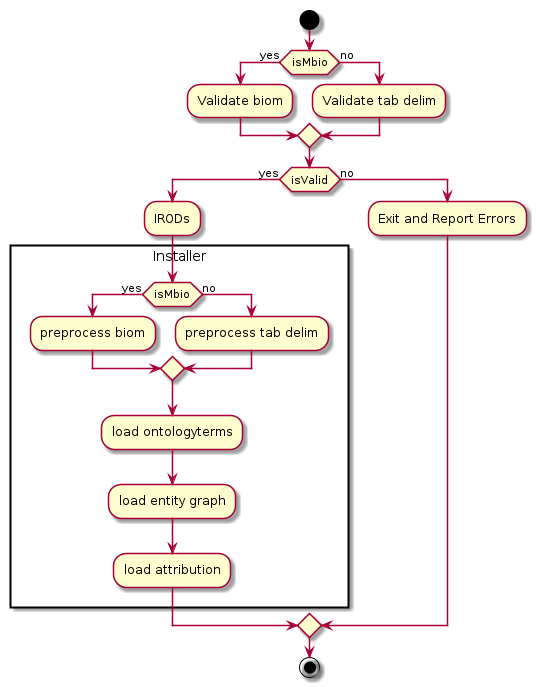
The PlantUML diagram project_planning/images/eda_diy.png in jbrestel/org-docs, before a commit. The source it was exported from:
```plantuml
@startuml
start
if(isMbio) then (yes)
  :Validate biom;
 else(no)
  :Validate tab delim;
endif
if (isValid) then (yes)
  :IRODs;
  rectangle Installer {
     if(isMbio) then (yes)
        :preprocess biom;
     else(no)
         :preprocess tab delim;
  endif
     :load ontologyterms;
     :load entity graph;
     :load attribution;
        }
else (no)
  :Exit and Report Errors;
endif
stop


@enduml
```
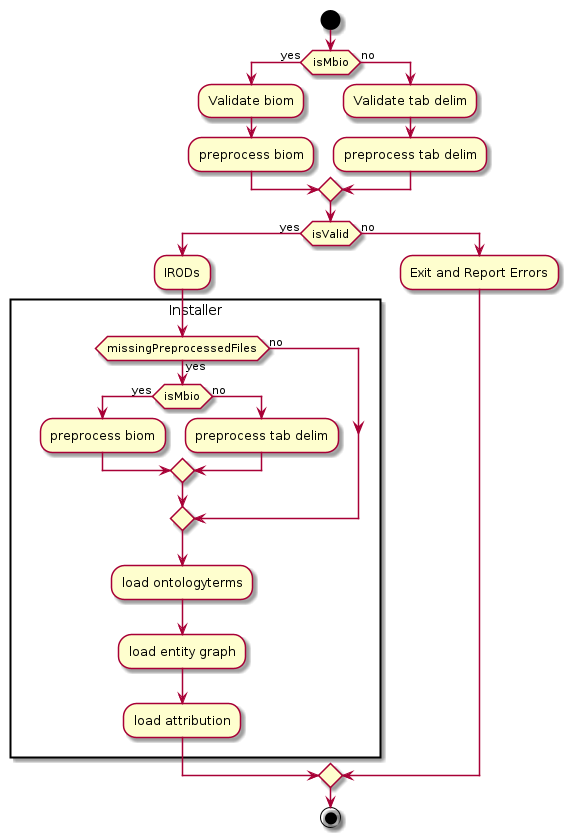
After the change.

Commit message:
preprocess installer or vaidator

The edit, as a diff of the source:
```diff
@@ -2,25 +2,29 @@
 start
 if(isMbio) then (yes)
   :Validate biom;
+  :preprocess biom;
  else(no)
   :Validate tab delim;
+  :preprocess tab delim;
 endif
-if (isValid) then (yes)
+if(isValid) then (yes)
   :IRODs;
   rectangle Installer {
-     if(isMbio) then (yes)
-        :preprocess biom;
-     else(no)
-         :preprocess tab delim;
+  if(missingPreprocessedFiles) then (yes)
+    if(isMbio) then (yes)
+      :preprocess biom;
+    else(no)
+      :preprocess tab delim;
+    endif
+  else (no)
   endif
-     :load ontologyterms;
-     :load entity graph;
-     :load attribution;
+   :load ontologyterms;
+   :load entity graph;
+   :load attribution;
         }
 else (no)
   :Exit and Report Errors;
 endif
+
 stop
-
-
 @enduml
```
